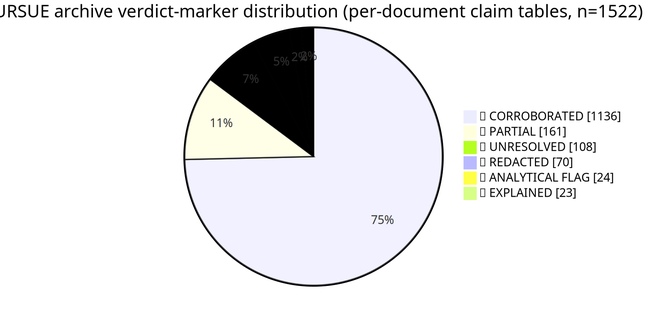
Earlier version of the Mermaid export war-gov-pursue-archive/diagrams/rendered/verdict_distribution.png (AdvancedScientificResearchProjects/UAP_Reverse_Engineering_Study). Its source is kept beside it as war-gov-pursue-archive/diagrams/verdict_distribution.mmd.
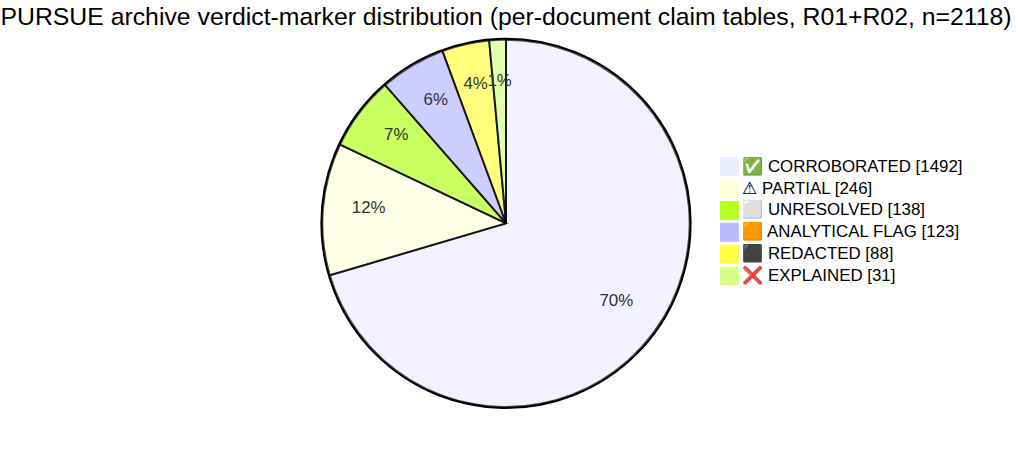
Later version of the same file.

What changed in the source:
```diff
@@ -1,10 +1,10 @@
 ---
-title: "PURSUE Release 01 — verdict-marker distribution across per-document claim tables"
+title: "PURSUE Releases 01+02 — verdict-marker distribution across per-document claim tables"
 ---
-pie showData title PURSUE archive verdict-marker distribution (per-document claim tables, n=1522)
-    "✅ CORROBORATED" : 1136
-    "⚠ PARTIAL" : 161
-    "⬜ UNRESOLVED" : 108
-    "⬛ REDACTED" : 70
-    "🟧 ANALYTICAL FLAG" : 24
-    "❌ EXPLAINED" : 23
+pie showData title PURSUE archive verdict-marker distribution (per-document claim tables, R01+R02, n=2118)
+    "✅ CORROBORATED" : 1492
+    "⚠ PARTIAL" : 246
+    "⬜ UNRESOLVED" : 138
+    "🟧 ANALYTICAL FLAG" : 123
+    "⬛ REDACTED" : 88
+    "❌ EXPLAINED" : 31
```
